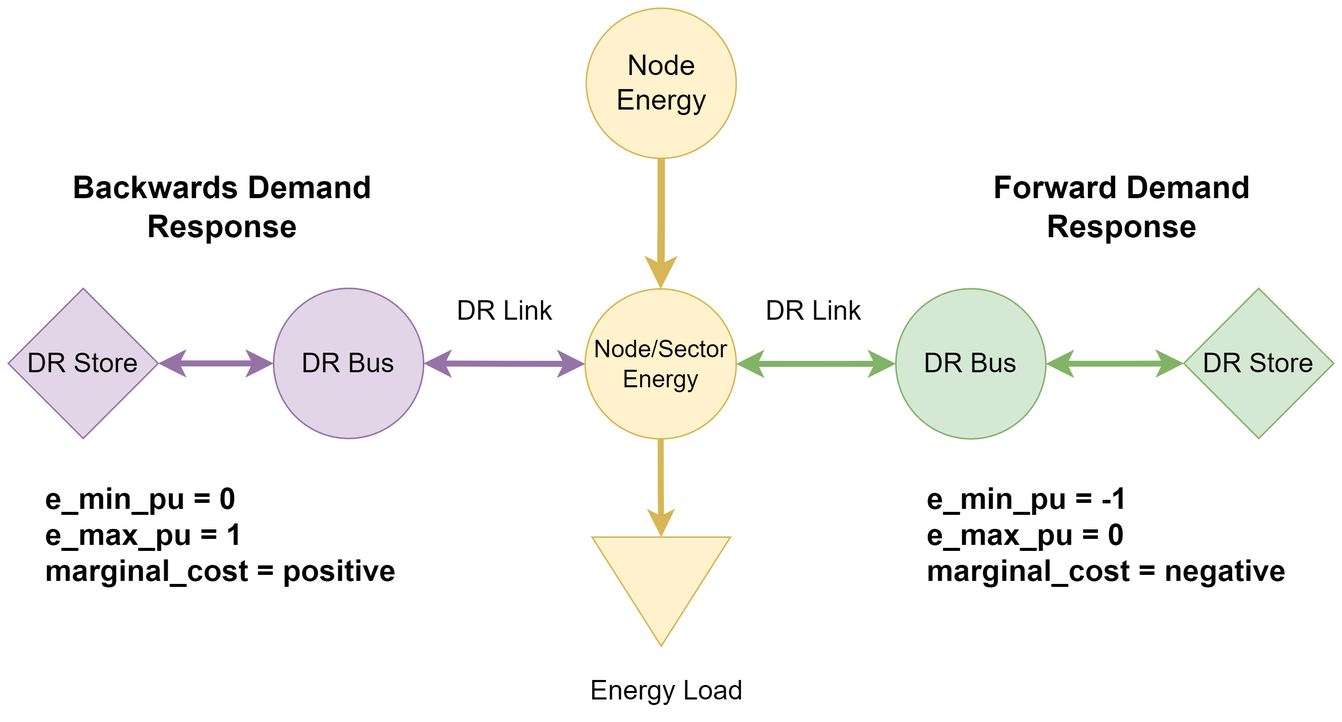
Earlier version of the draw.io export docs/source/_static/sectors/pypsa-dr.png (PyPSA/pypsa-usa). Source tidied: cells renumbered, new cells last; positions are measured from the earlier drawing's top-left corner, leaving out a move shared by most shapes.
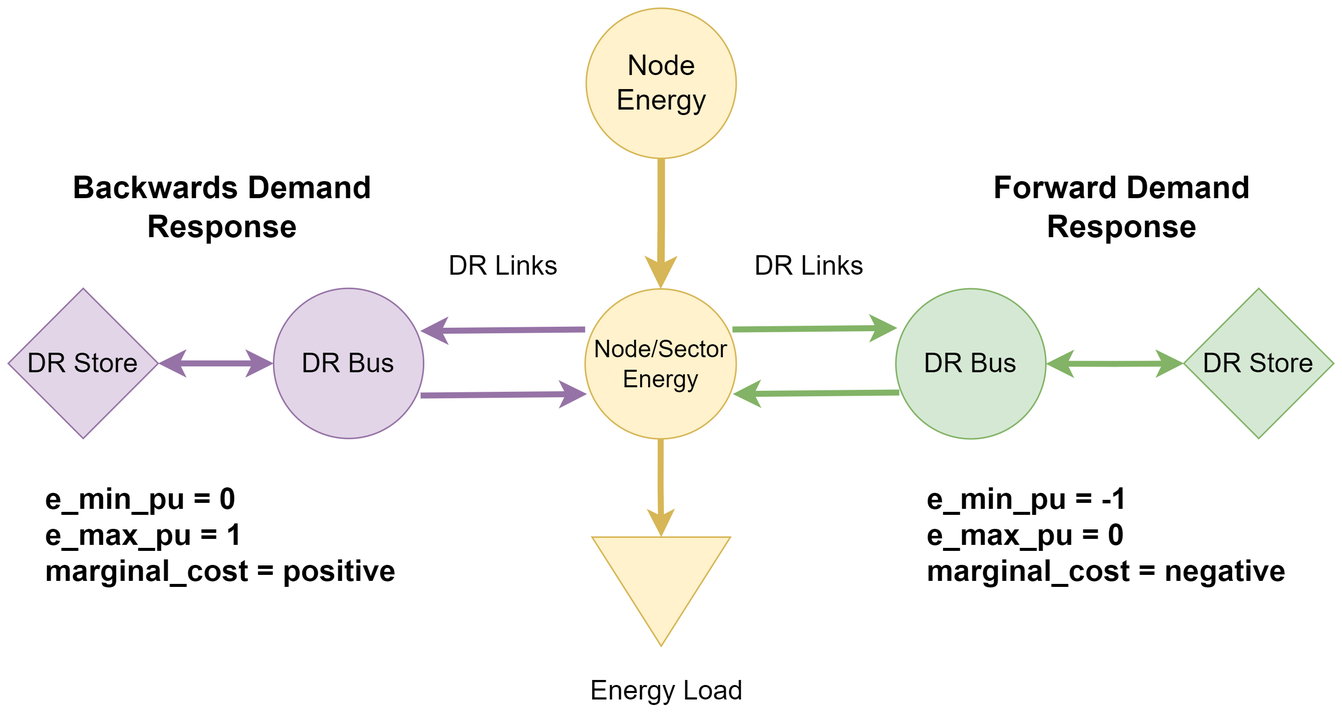
After the change.

Diff of the diagram source:
```diff
@@ -5,62 +5,80 @@
     <mxCell id="2" value="&lt;span style=&quot;font-size: 18px;&quot;&gt;DR Store&lt;/span&gt;" style="rhombus;whiteSpace=wrap;html=1;fillColor=#d5e8d4;strokeColor=#82b366;direction=east;fontSize=18;fontStyle=0;" parent="1" vertex="1">
       <mxGeometry x="784" y="186.6" width="100" height="100" as="geometry" />
     </mxCell>
-    <mxCell id="3" style="edgeStyle=orthogonalEdgeStyle;rounded=0;jettySize=auto;html=1;exitX=0.5;exitY=1;exitDx=0;exitDy=0;entryX=0;entryY=0.5;entryDx=0;entryDy=0;fillColor=#fff2cc;strokeColor=#d6b656;strokeWidth=4;" parent="1" edge="1" source="5" target="6">
+    <mxCell id="3" style="edgeStyle=orthogonalEdgeStyle;rounded=0;jettySize=auto;html=1;exitX=0.5;exitY=1;exitDx=0;exitDy=0;entryX=0;entryY=0.5;entryDx=0;entryDy=0;fillColor=#fff2cc;strokeColor=#d6b656;strokeWidth=4;" parent="1" edge="1" source="4" target="5">
       <mxGeometry relative="1" as="geometry" />
     </mxCell>
-    <mxCell id="4" style="edgeStyle=orthogonalEdgeStyle;rounded=0;jettySize=auto;html=1;exitX=0;exitY=0.5;exitDx=0;exitDy=0;entryX=1;entryY=0.5;entryDx=0;entryDy=0;fillColor=#e1d5e7;strokeColor=#9673a6;strokeWidth=4;startArrow=classic;startFill=1;" parent="1" edge="1" source="5" target="16">
-      <mxGeometry relative="1" as="geometry" />
+    <mxCell id="4" value="Node/Sector Energy" style="ellipse;whiteSpace=wrap;html=1;fillColor=#fff2cc;strokeColor=#d6b656;fontStyle=0;direction=east;fontSize=16;" parent="1" vertex="1">
+      <mxGeometry x="384.8" y="187" width="100.8" height="99.9" as="geometry" />
     </mxCell>
-    <mxCell id="5" value="Node/Sector Energy" style="ellipse;whiteSpace=wrap;html=1;fillColor=#fff2cc;strokeColor=#d6b656;fontStyle=0;direction=east;fontSize=16;" parent="1" vertex="1">
-      <mxGeometry x="384.8" y="187" width="100.8" height="99.9" as="geometry" />
+    <mxCell id="5" style="triangle;whiteSpace=wrap;html=1;rotation=90;fillColor=#fff2cc;strokeColor=#d6b656;direction=east;fontSize=14;" parent="1" vertex="1">
+      <mxGeometry x="399.2" y="342.5" width="72.6" height="92.2" as="geometry" />
     </mxCell>
-    <mxCell id="6" style="triangle;whiteSpace=wrap;html=1;rotation=90;fillColor=#fff2cc;strokeColor=#d6b656;direction=east;fontSize=14;" parent="1" vertex="1">
-      <mxGeometry x="399.2" y="342.5" width="72.6" height="92.2" as="geometry" />
+    <mxCell id="6" value="Energy Load" style="text;html=1;align=center;verticalAlign=middle;whiteSpace=wrap;rounded=0;fontStyle=0;direction=east;fontSize=18;" parent="1" vertex="1">
+      <mxGeometry x="382" y="439.8" width="115" height="30" as="geometry" />
     </mxCell>
-    <mxCell id="7" value="Energy Load" style="text;html=1;align=center;verticalAlign=middle;whiteSpace=wrap;rounded=0;fontStyle=0;direction=east;fontSize=18;" parent="1" vertex="1">
-      <mxGeometry x="382" y="439.8" width="115" height="30" as="geometry" />
+    <mxCell id="7" style="edgeStyle=orthogonalEdgeStyle;rounded=0;jettySize=auto;html=1;exitX=1;exitY=0.5;exitDx=0;exitDy=0;entryX=0;entryY=0.5;entryDx=0;entryDy=0;fillColor=#d5e8d4;strokeColor=#82b366;startArrow=classic;startFill=1;strokeWidth=4;" parent="1" edge="1" source="8" target="2">
+      <mxGeometry relative="1" as="geometry" />
     </mxCell>
-    <mxCell id="8" style="edgeStyle=orthogonalEdgeStyle;rounded=0;jettySize=auto;html=1;exitX=1;exitY=0.5;exitDx=0;exitDy=0;entryX=0;entryY=0.5;entryDx=0;entryDy=0;fillColor=#d5e8d4;strokeColor=#82b366;startArrow=classic;startFill=1;strokeWidth=4;" parent="1" edge="1" source="9" target="2">
-      <mxGeometry relative="1" as="geometry" />
+    <mxCell id="8" value="DR Bus" style="ellipse;whiteSpace=wrap;html=1;fillColor=#d5e8d4;strokeColor=#82b366;fontStyle=0;direction=east;fontSize=18;" parent="1" vertex="1">
+      <mxGeometry x="592" y="186.9" width="100" height="100" as="geometry" />
     </mxCell>
-    <mxCell id="9" value="DR Bus" style="ellipse;whiteSpace=wrap;html=1;fillColor=#d5e8d4;strokeColor=#82b366;fontStyle=0;direction=east;fontSize=18;" parent="1" vertex="1">
-      <mxGeometry x="592" y="186.9" width="100" height="100" as="geometry" />
+    <mxCell id="9" style="edgeStyle=orthogonalEdgeStyle;rounded=0;jettySize=auto;html=1;exitX=0.5;exitY=1;exitDx=0;exitDy=0;entryX=0.5;entryY=0;entryDx=0;entryDy=0;fillColor=#fff2cc;strokeColor=#d6b656;strokeWidth=5;" parent="1" edge="1" source="10" target="4">
+      <mxGeometry relative="1" as="geometry" />
     </mxCell>
-    <mxCell id="10" style="edgeStyle=orthogonalEdgeStyle;rounded=0;jettySize=auto;html=1;exitX=0.5;exitY=1;exitDx=0;exitDy=0;entryX=0.5;entryY=0;entryDx=0;entryDy=0;fillColor=#fff2cc;strokeColor=#d6b656;strokeWidth=5;" parent="1" edge="1" source="11" target="5">
-      <mxGeometry relative="1" as="geometry" />
+    <mxCell id="10" value="&lt;span style=&quot;font-size: 19px;&quot;&gt;Node Energy&lt;/span&gt;" style="ellipse;whiteSpace=wrap;html=1;fontSize=19;fillColor=#fff2cc;strokeColor=#d6b656;fontStyle=0;" parent="1" vertex="1">
+      <mxGeometry x="385.5" width="100" height="100" as="geometry" />
     </mxCell>
-    <mxCell id="11" value="&lt;span style=&quot;font-size: 19px;&quot;&gt;Node Energy&lt;/span&gt;" style="ellipse;whiteSpace=wrap;html=1;fontSize=19;fillColor=#fff2cc;strokeColor=#d6b656;fontStyle=0;" parent="1" vertex="1">
-      <mxGeometry x="385.5" width="100" height="100" as="geometry" />
+    <mxCell id="11" value="Forward Demand Response" style="text;html=1;align=center;verticalAlign=middle;whiteSpace=wrap;rounded=0;fontStyle=1;direction=east;fontSize=21;" parent="1" vertex="1">
+      <mxGeometry x="627.5" y="117" width="230" height="30" as="geometry" />
     </mxCell>
-    <mxCell id="12" value="Forward Demand Response" style="text;html=1;align=center;verticalAlign=middle;whiteSpace=wrap;rounded=0;fontStyle=1;direction=east;fontSize=21;" parent="1" vertex="1">
-      <mxGeometry x="627.5" y="117" width="230" height="30" as="geometry" />
+    <mxCell id="12" value="&lt;span style=&quot;font-size: 18px;&quot;&gt;DR Store&lt;/span&gt;" style="rhombus;whiteSpace=wrap;html=1;fillColor=#e1d5e7;strokeColor=#9673a6;direction=east;fontSize=18;fontStyle=0;" parent="1" vertex="1">
+      <mxGeometry y="186.6" width="100" height="100" as="geometry" />
     </mxCell>
-    <mxCell id="13" style="edgeStyle=orthogonalEdgeStyle;rounded=0;jettySize=auto;html=1;exitX=1;exitY=0.5;exitDx=0;exitDy=0;fillColor=#d5e8d4;strokeColor=#82b366;startArrow=classic;startFill=1;strokeWidth=4;entryX=0;entryY=0.5;entryDx=0;entryDy=0;" parent="1" edge="1" source="5" target="9">
+    <mxCell id="13" style="edgeStyle=orthogonalEdgeStyle;rounded=0;jettySize=auto;html=1;exitX=0;exitY=0.5;exitDx=0;exitDy=0;entryX=1;entryY=0.5;entryDx=0;entryDy=0;fillColor=#e1d5e7;strokeColor=#9673a6;strokeWidth=4;startArrow=classic;startFill=1;" parent="1" edge="1" source="14" target="12">
       <mxGeometry relative="1" as="geometry" />
     </mxCell>
-    <mxCell id="14" value="&lt;span style=&quot;font-size: 18px;&quot;&gt;DR Store&lt;/span&gt;" style="rhombus;whiteSpace=wrap;html=1;fillColor=#e1d5e7;strokeColor=#9673a6;direction=east;fontSize=18;fontStyle=0;" parent="1" vertex="1">
-      <mxGeometry y="186.6" width="100" height="100" as="geometry" />
+    <mxCell id="14" value="DR Bus" style="ellipse;whiteSpace=wrap;html=1;fillColor=#e1d5e7;strokeColor=#9673a6;fontStyle=0;direction=east;fontSize=18;" parent="1" vertex="1">
+      <mxGeometry x="177" y="186.6" width="100" height="100" as="geometry" />
     </mxCell>
-    <mxCell id="15" style="edgeStyle=orthogonalEdgeStyle;rounded=0;jettySize=auto;html=1;exitX=0;exitY=0.5;exitDx=0;exitDy=0;entryX=1;entryY=0.5;entryDx=0;entryDy=0;fillColor=#e1d5e7;strokeColor=#9673a6;strokeWidth=4;startArrow=classic;startFill=1;" parent="1" edge="1" source="16" target="14">
-      <mxGeometry relative="1" as="geometry" />
+    <mxCell id="15" value="Backwards Demand Response" style="text;html=1;align=center;verticalAlign=middle;whiteSpace=wrap;rounded=0;fontStyle=1;direction=east;fontSize=21;" parent="1" vertex="1">
+      <mxGeometry x="28" y="117" width="230" height="30" as="geometry" />
     </mxCell>
-    <mxCell id="16" value="DR Bus" style="ellipse;whiteSpace=wrap;html=1;fillColor=#e1d5e7;strokeColor=#9673a6;fontStyle=0;direction=east;fontSize=18;" parent="1" vertex="1">
-      <mxGeometry x="177" y="186.6" width="100" height="100" as="geometry" />
+    <mxCell id="16" value="DR Links" style="text;html=1;align=center;verticalAlign=middle;whiteSpace=wrap;rounded=0;fontStyle=0;direction=east;fontSize=18;" parent="1" vertex="1">
+      <mxGeometry x="477" y="156.6" width="115" height="30" as="geometry" />
     </mxCell>
-    <mxCell id="17" value="Backwards Demand Response" style="text;html=1;align=center;verticalAlign=middle;whiteSpace=wrap;rounded=0;fontStyle=1;direction=east;fontSize=21;" parent="1" vertex="1">
-      <mxGeometry x="28" y="117" width="230" height="30" as="geometry" />
+    <mxCell id="17" value="DR Links" style="text;html=1;align=center;verticalAlign=middle;whiteSpace=wrap;rounded=0;fontStyle=0;direction=east;fontSize=18;" parent="1" vertex="1">
+      <mxGeometry x="273" y="156.9" width="115" height="30" as="geometry" />
     </mxCell>
-    <mxCell id="18" value="DR Link" style="text;html=1;align=center;verticalAlign=middle;whiteSpace=wrap;rounded=0;fontStyle=0;direction=east;fontSize=18;" parent="1" vertex="1">
-      <mxGeometry x="480" y="187" width="115" height="30" as="geometry" />
+    <mxCell id="18" value="e_min_pu = 0&lt;div&gt;e_max_pu = 1&lt;/div&gt;&lt;div&gt;marginal_cost = positive&lt;/div&gt;" style="text;html=1;align=left;verticalAlign=middle;whiteSpace=wrap;rounded=0;fontStyle=1;fontSize=20;" parent="1" vertex="1">
+      <mxGeometry x="23" y="308" width="254" height="84" as="geometry" />
     </mxCell>
-    <mxCell id="19" value="DR Link" style="text;html=1;align=center;verticalAlign=middle;whiteSpace=wrap;rounded=0;fontStyle=0;direction=east;fontSize=18;" parent="1" vertex="1">
-      <mxGeometry x="274" y="187" width="115" height="30" as="geometry" />
+    <mxCell id="19" value="e_min_pu = -1&lt;div&gt;e_max_pu = 0&lt;/div&gt;&lt;div&gt;marginal_cost = negative&lt;/div&gt;" style="text;html=1;align=left;verticalAlign=middle;whiteSpace=wrap;rounded=0;fontStyle=1;fontSize=20;" parent="1" vertex="1">
+      <mxGeometry x="611" y="308" width="254" height="84" as="geometry" />
     </mxCell>
-    <mxCell id="20" value="e_min_pu = 0&lt;div&gt;e_max_pu = 1&lt;/div&gt;&lt;div&gt;marginal_cost = positive&lt;/div&gt;" style="text;html=1;align=left;verticalAlign=middle;whiteSpace=wrap;rounded=0;fontStyle=1;fontSize=20;" parent="1" vertex="1">
-      <mxGeometry x="23" y="308" width="254" height="84" as="geometry" />
+    <mxCell id="20" style="endArrow=classic;html=1;rounded=0;fillColor=#e1d5e7;strokeColor=#9673a6;strokeWidth=4;" parent="1" edge="1">
+      <mxGeometry relative="1" as="geometry">
+        <mxPoint x="275" y="258" as="sourcePoint" />
+        <mxPoint x="386" y="257" as="targetPoint" />
+      </mxGeometry>
     </mxCell>
-    <mxCell id="21" value="e_min_pu = -1&lt;div&gt;e_max_pu = 0&lt;/div&gt;&lt;div&gt;marginal_cost = negative&lt;/div&gt;" style="text;html=1;align=left;verticalAlign=middle;whiteSpace=wrap;rounded=0;fontStyle=1;fontSize=20;" parent="1" vertex="1">
-      <mxGeometry x="611" y="308" width="254" height="84" as="geometry" />
+    <mxCell id="21" style="endArrow=classic;html=1;rounded=0;fillColor=#e1d5e7;strokeColor=#9673a6;strokeWidth=4;" parent="1" edge="1">
+      <mxGeometry relative="1" as="geometry">
+        <mxPoint x="384.8" y="214" as="sourcePoint" />
+        <mxPoint x="274.8" y="215" as="targetPoint" />
+      </mxGeometry>
     </mxCell>
+    <mxCell id="22" style="endArrow=classic;html=1;rounded=0;fillColor=#d5e8d4;strokeColor=#82b366;strokeWidth=4;" parent="1" edge="1">
+      <mxGeometry relative="1" as="geometry">
+        <mxPoint x="594.2" y="256" as="sourcePoint" />
+        <mxPoint x="483.2" y="257" as="targetPoint" />
+      </mxGeometry>
+    </mxCell>
+    <mxCell id="23" style="endArrow=classic;html=1;rounded=0;fillColor=#d5e8d4;strokeColor=#82b366;strokeWidth=4;" parent="1" edge="1">
+      <mxGeometry relative="1" as="geometry">
+        <mxPoint x="483" y="214" as="sourcePoint" />
+        <mxPoint x="593" y="213" as="targetPoint" />
+      </mxGeometry>
+    </mxCell>
   </root>
 </mxGraphModel>
```
